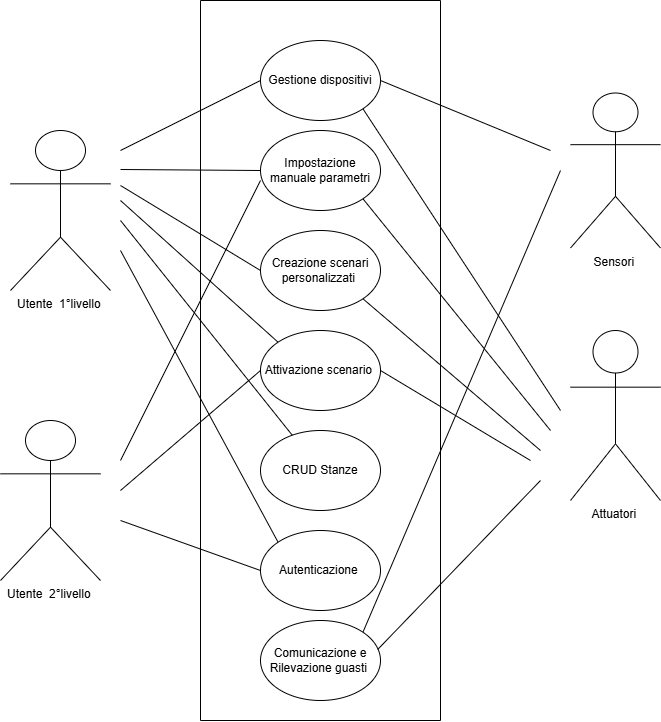
This is Documenti/Diagramma_UML_casi_d'uso.drawio.png from DavideVite/Progetto-unipv-IgS-SmartDAB, a draw.io export, as it was before one commit. Source tidied: cells renumbered, new cells last; positions are measured from the earlier drawing's top-left corner, leaving out a move shared by most shapes.
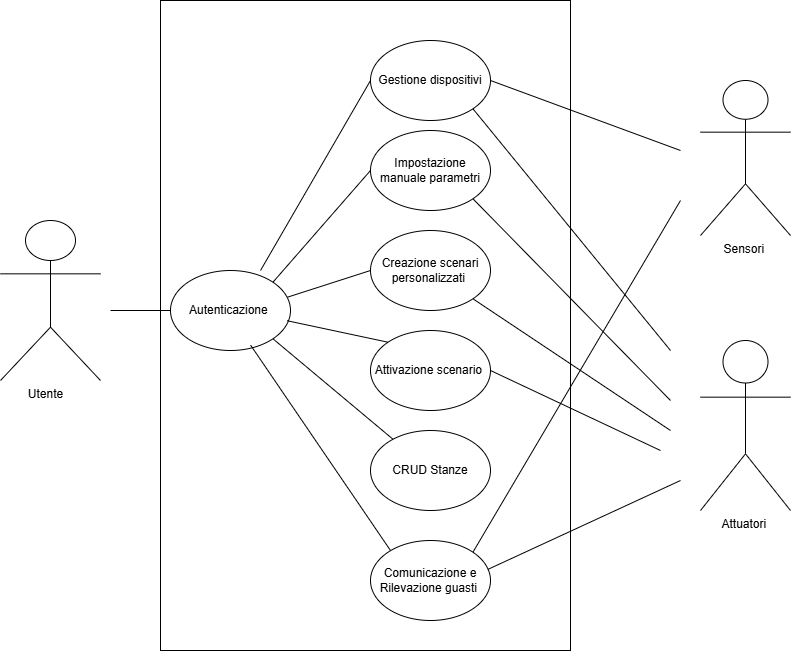
The same file after the commit.

What changed in the source:
```diff
@@ -2,6 +2,9 @@
   <root>
     <mxCell id="0" />
     <mxCell id="1" parent="0" />
+    <mxCell id="33" style="rounded=0;whiteSpace=wrap;html=1;fillColor=none;" parent="1" vertex="1">
+      <mxGeometry x="50" width="410" height="650" as="geometry" />
+    </mxCell>
     <mxCell id="2" value="Gestione dispositivi" style="ellipse;whiteSpace=wrap;html=1;" parent="1" vertex="1">
       <mxGeometry x="260" y="40" width="120" height="80" as="geometry" />
     </mxCell>
@@ -18,127 +21,79 @@
       <mxGeometry x="260" y="430" width="120" height="80" as="geometry" />
     </mxCell>
     <mxCell id="7" value="Comunicazione e Rilevazione guasti&amp;nbsp;" style="ellipse;whiteSpace=wrap;html=1;" parent="1" vertex="1">
-      <mxGeometry x="260" y="620" width="120" height="80" as="geometry" />
+      <mxGeometry x="260" y="540" width="120" height="80" as="geometry" />
     </mxCell>
     <mxCell id="8" value="Autenticazione&amp;nbsp;" style="ellipse;whiteSpace=wrap;html=1;" parent="1" vertex="1">
-      <mxGeometry x="260" y="530" width="120" height="80" as="geometry" />
+      <mxGeometry x="60" y="270" width="120" height="80" as="geometry" />
     </mxCell>
-    <mxCell id="9" value="Utente&amp;nbsp; 1°livello&amp;nbsp;" style="shape=umlActor;verticalLabelPosition=bottom;verticalAlign=top;html=1;" parent="1" vertex="1">
-      <mxGeometry x="10" y="130" width="100" height="160" as="geometry" />
-    </mxCell>
-    <mxCell id="10" style="endArrow=none;html=1;rounded=0;" parent="1" edge="1">
-      <mxGeometry relative="1" as="geometry">
-        <mxPoint x="200" y="720" as="sourcePoint" />
-        <mxPoint x="200" as="targetPoint" />
-      </mxGeometry>
-    </mxCell>
-    <mxCell id="11" style="endArrow=none;html=1;rounded=0;" parent="1" edge="1">
-      <mxGeometry relative="1" as="geometry">
-        <mxPoint x="440" y="720" as="sourcePoint" />
-        <mxPoint x="440" as="targetPoint" />
-      </mxGeometry>
-    </mxCell>
-    <mxCell id="12" style="endArrow=none;html=1;rounded=0;" parent="1" edge="1">
-      <mxGeometry relative="1" as="geometry">
-        <mxPoint x="200" as="sourcePoint" />
-        <mxPoint x="440" as="targetPoint" />
-      </mxGeometry>
-    </mxCell>
-    <mxCell id="13" style="endArrow=none;html=1;rounded=0;" parent="1" edge="1">
-      <mxGeometry relative="1" as="geometry">
-        <mxPoint x="200" y="720" as="sourcePoint" />
-        <mxPoint x="440" y="720" as="targetPoint" />
-      </mxGeometry>
-    </mxCell>
-    <mxCell id="14" value="Utente&amp;nbsp; 2°livello&amp;nbsp;" style="shape=umlActor;verticalLabelPosition=bottom;verticalAlign=top;html=1;" parent="1" vertex="1">
-      <mxGeometry y="420" width="100" height="160" as="geometry" />
-    </mxCell>
-    <mxCell id="15" style="endArrow=none;html=1;rounded=0;entryX=0;entryY=0.5;entryDx=0;entryDy=0;" parent="1" edge="1" target="2">
-      <mxGeometry relative="1" as="geometry">
-        <mxPoint x="120" y="150" as="sourcePoint" />
-      </mxGeometry>
-    </mxCell>
-    <mxCell id="16" style="endArrow=none;html=1;rounded=0;entryX=0;entryY=0.5;entryDx=0;entryDy=0;" parent="1" edge="1" target="3">
-      <mxGeometry relative="1" as="geometry">
-        <mxPoint x="120" y="169" as="sourcePoint" />
-      </mxGeometry>
-    </mxCell>
-    <mxCell id="17" style="endArrow=none;html=1;rounded=0;entryX=0;entryY=0.5;entryDx=0;entryDy=0;" parent="1" edge="1">
-      <mxGeometry relative="1" as="geometry">
-        <mxPoint x="120" y="460" as="sourcePoint" />
-        <mxPoint x="260" y="180" as="targetPoint" />
-      </mxGeometry>
-    </mxCell>
-    <mxCell id="18" style="endArrow=none;html=1;rounded=0;entryX=0;entryY=0.5;entryDx=0;entryDy=0;" parent="1" edge="1" target="4">
-      <mxGeometry relative="1" as="geometry">
-        <mxPoint x="120" y="185" as="sourcePoint" />
-      </mxGeometry>
-    </mxCell>
-    <mxCell id="19" style="endArrow=none;html=1;rounded=0;entryX=0;entryY=0;entryDx=0;entryDy=0;" parent="1" edge="1" target="5">
-      <mxGeometry relative="1" as="geometry">
-        <mxPoint x="120" y="200" as="sourcePoint" />
-      </mxGeometry>
-    </mxCell>
-    <mxCell id="20" style="endArrow=none;html=1;rounded=0;exitX=0;exitY=0.5;exitDx=0;exitDy=0;" parent="1" edge="1" source="5">
-      <mxGeometry relative="1" as="geometry">
-        <mxPoint x="120" y="490" as="targetPoint" />
-      </mxGeometry>
-    </mxCell>
-    <mxCell id="21" style="endArrow=none;html=1;rounded=0;" parent="1" edge="1" target="6">
-      <mxGeometry relative="1" as="geometry">
-        <mxPoint x="120" y="220" as="sourcePoint" />
-      </mxGeometry>
-    </mxCell>
-    <mxCell id="22" style="endArrow=none;html=1;rounded=0;entryX=0;entryY=0.5;entryDx=0;entryDy=0;" parent="1" edge="1" target="8">
-      <mxGeometry relative="1" as="geometry">
-        <mxPoint x="120" y="520" as="sourcePoint" />
-      </mxGeometry>
-    </mxCell>
-    <mxCell id="23" style="endArrow=none;html=1;rounded=0;entryX=0;entryY=0;entryDx=0;entryDy=0;" parent="1" edge="1" target="8">
-      <mxGeometry relative="1" as="geometry">
-        <mxPoint x="120" y="250" as="sourcePoint" />
-      </mxGeometry>
-    </mxCell>
+    <mxCell id="34" value="Utente&amp;nbsp; &amp;nbsp;" style="shape=umlActor;verticalLabelPosition=bottom;verticalAlign=top;html=1;" parent="1" vertex="1">
+      <mxGeometry x="-110" y="220" width="100" height="160" as="geometry" />
+    </mxCell>
+    <mxCell id="35" style="endArrow=none;html=1;rounded=0;entryX=0;entryY=0.5;entryDx=0;entryDy=0;exitX=0.75;exitY=0;exitDx=0;exitDy=0;exitPerimeter=0;" parent="1" edge="1" source="8" target="2">
+      <mxGeometry relative="1" as="geometry" />
+    </mxCell>
+    <mxCell id="36" style="endArrow=none;html=1;rounded=0;entryX=0;entryY=0.5;entryDx=0;entryDy=0;exitX=1;exitY=0;exitDx=0;exitDy=0;" parent="1" edge="1" source="8" target="3">
+      <mxGeometry relative="1" as="geometry" />
+    </mxCell>
+    <mxCell id="37" style="endArrow=none;html=1;rounded=0;entryX=0;entryY=0.5;entryDx=0;entryDy=0;exitX=0.976;exitY=0.333;exitDx=0;exitDy=0;exitPerimeter=0;" parent="1" edge="1" source="8" target="4">
+      <mxGeometry relative="1" as="geometry" />
+    </mxCell>
+    <mxCell id="38" style="endArrow=none;html=1;rounded=0;entryX=0;entryY=0;entryDx=0;entryDy=0;exitX=0.972;exitY=0.628;exitDx=0;exitDy=0;exitPerimeter=0;" parent="1" edge="1" source="8" target="5">
+      <mxGeometry relative="1" as="geometry" />
+    </mxCell>
+    <mxCell id="39" style="endArrow=none;html=1;rounded=0;exitX=1;exitY=1;exitDx=0;exitDy=0;" parent="1" edge="1" source="8" target="6">
+      <mxGeometry relative="1" as="geometry" />
+    </mxCell>
+    <mxCell id="40" style="endArrow=none;html=1;rounded=0;entryX=0;entryY=0.5;entryDx=0;entryDy=0;" parent="1" edge="1" target="8">
+      <mxGeometry relative="1" as="geometry">
+        <mxPoint y="310" as="sourcePoint" />
+      </mxGeometry>
+    </mxCell>
     <mxCell id="24" value="Sensori&amp;nbsp;" style="shape=umlActor;verticalLabelPosition=bottom;verticalAlign=top;html=1;" parent="1" vertex="1">
-      <mxGeometry x="570" y="92.5" width="90" height="155" as="geometry" />
+      <mxGeometry x="590" y="80" width="90" height="155" as="geometry" />
     </mxCell>
     <mxCell id="25" value="Attuatori&amp;nbsp;" style="shape=umlActor;verticalLabelPosition=bottom;verticalAlign=top;html=1;" parent="1" vertex="1">
-      <mxGeometry x="570" y="330" width="90" height="170" as="geometry" />
+      <mxGeometry x="590" y="340" width="90" height="170" as="geometry" />
     </mxCell>
-    <mxCell id="26" style="endArrow=none;html=1;rounded=0;exitX=1;exitY=0.5;exitDx=0;exitDy=0;" parent="1" edge="1" source="2">
-      <mxGeometry relative="1" as="geometry">
-        <mxPoint x="550" y="150" as="targetPoint" />
-      </mxGeometry>
-    </mxCell>
-    <mxCell id="27" style="endArrow=none;html=1;rounded=0;entryX=0;entryY=0.3333333333333333;entryDx=0;entryDy=0;entryPerimeter=0;exitX=1;exitY=1;exitDx=0;exitDy=0;" parent="1" edge="1" source="2">
-      <mxGeometry relative="1" as="geometry">
-        <mxPoint x="560" y="410" as="targetPoint" />
-      </mxGeometry>
-    </mxCell>
-    <mxCell id="28" style="endArrow=none;html=1;rounded=0;exitX=1;exitY=1;exitDx=0;exitDy=0;" parent="1" edge="1" source="3">
-      <mxGeometry relative="1" as="geometry">
-        <mxPoint x="550" y="430" as="targetPoint" />
-      </mxGeometry>
-    </mxCell>
-    <mxCell id="29" style="endArrow=none;html=1;rounded=0;exitX=1;exitY=1;exitDx=0;exitDy=0;" parent="1" edge="1" source="4">
-      <mxGeometry relative="1" as="geometry">
-        <mxPoint x="540" y="450" as="targetPoint" />
-      </mxGeometry>
-    </mxCell>
-    <mxCell id="30" style="endArrow=none;html=1;rounded=0;exitX=1;exitY=0.5;exitDx=0;exitDy=0;" parent="1" edge="1" source="5">
-      <mxGeometry relative="1" as="geometry">
-        <mxPoint x="530" y="460" as="targetPoint" />
-      </mxGeometry>
-    </mxCell>
-    <mxCell id="31" style="endArrow=none;html=1;rounded=0;exitX=1;exitY=0;exitDx=0;exitDy=0;" parent="1" edge="1" source="7">
-      <mxGeometry relative="1" as="geometry">
-        <mxPoint x="560" y="170" as="targetPoint" />
-      </mxGeometry>
-    </mxCell>
-    <mxCell id="32" style="endArrow=none;html=1;rounded=0;exitX=0.977;exitY=0.362;exitDx=0;exitDy=0;exitPerimeter=0;" parent="1" edge="1" source="7">
-      <mxGeometry relative="1" as="geometry">
-        <mxPoint x="540" y="480" as="targetPoint" />
-      </mxGeometry>
-    </mxCell>
+    <mxCell id="41" style="endArrow=none;html=1;rounded=0;exitX=1;exitY=0.5;exitDx=0;exitDy=0;" parent="1" edge="1" source="2">
+      <mxGeometry relative="1" as="geometry">
+        <mxPoint x="570" y="150" as="targetPoint" />
+      </mxGeometry>
+    </mxCell>
+    <mxCell id="42" style="endArrow=none;html=1;rounded=0;exitX=1;exitY=1;exitDx=0;exitDy=0;" parent="1" edge="1" source="2">
+      <mxGeometry relative="1" as="geometry">
+        <mxPoint x="560" y="350" as="targetPoint" />
+      </mxGeometry>
+    </mxCell>
+    <mxCell id="43" style="endArrow=none;html=1;rounded=0;exitX=1;exitY=1;exitDx=0;exitDy=0;" parent="1" edge="1" source="3">
+      <mxGeometry relative="1" as="geometry">
+        <mxPoint x="560" y="400" as="targetPoint" />
+      </mxGeometry>
+    </mxCell>
+    <mxCell id="44" style="endArrow=none;html=1;rounded=0;exitX=1;exitY=1;exitDx=0;exitDy=0;" parent="1" edge="1" source="4">
+      <mxGeometry relative="1" as="geometry">
+        <mxPoint x="560" y="430" as="targetPoint" />
+      </mxGeometry>
+    </mxCell>
+    <mxCell id="45" style="endArrow=none;html=1;rounded=0;exitX=1;exitY=0.5;exitDx=0;exitDy=0;" parent="1" edge="1" source="5">
+      <mxGeometry relative="1" as="geometry">
+        <mxPoint x="550" y="450" as="targetPoint" />
+      </mxGeometry>
+    </mxCell>
+    <mxCell id="46" style="endArrow=none;html=1;rounded=0;exitX=1;exitY=0;exitDx=0;exitDy=0;" parent="1" edge="1" source="7">
+      <mxGeometry relative="1" as="geometry">
+        <mxPoint x="570" y="200" as="targetPoint" />
+      </mxGeometry>
+    </mxCell>
+    <mxCell id="47" style="endArrow=none;html=1;rounded=0;exitX=0.977;exitY=0.362;exitDx=0;exitDy=0;exitPerimeter=0;" parent="1" edge="1" source="7">
+      <mxGeometry relative="1" as="geometry">
+        <mxPoint x="570" y="480" as="targetPoint" />
+      </mxGeometry>
+    </mxCell>
+    <mxCell id="48" style="endArrow=none;html=1;rounded=0;exitX=0.668;exitY=0.934;exitDx=0;exitDy=0;exitPerimeter=0;" parent="1" edge="1" source="8">
+      <mxGeometry relative="1" as="geometry">
+        <mxPoint x="280" y="550" as="targetPoint" />
+      </mxGeometry>
+    </mxCell>
   </root>
 </mxGraphModel>
```
